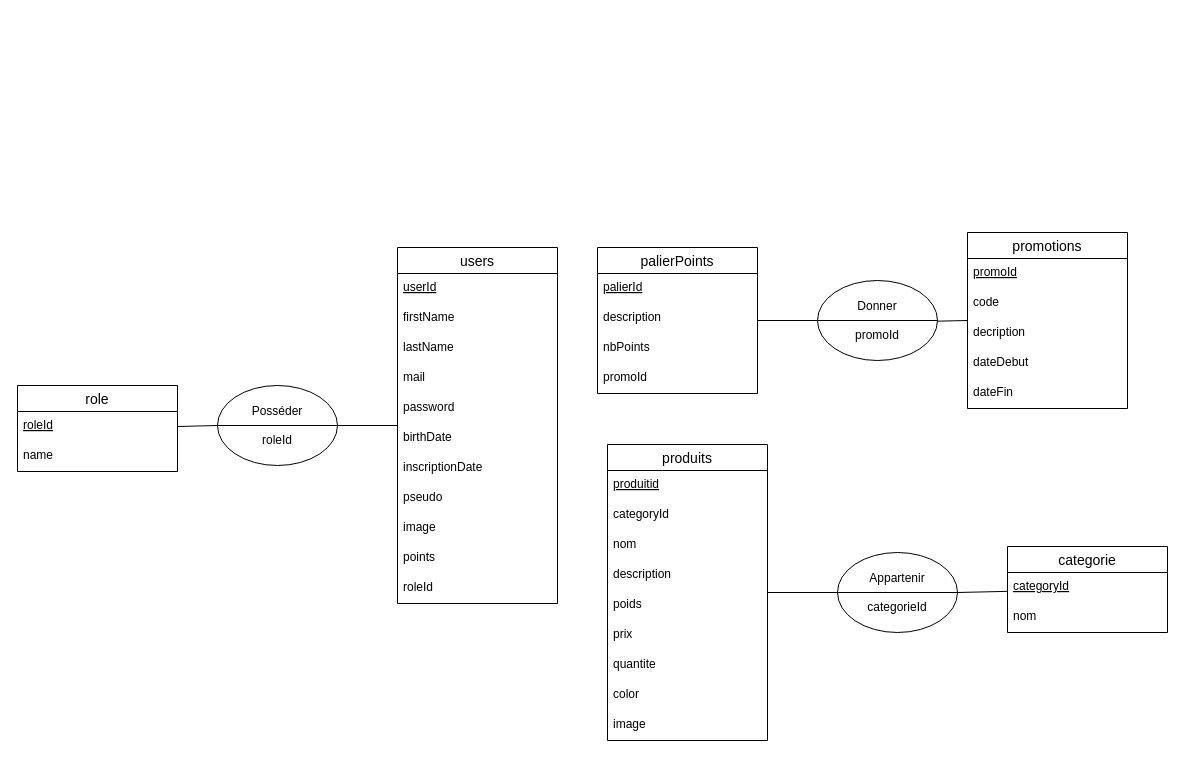
The draw.io diagram page "MCD 2" (2 of 4) of BDD.drawio in Benji290402/TpPHP-SQL, before the edit. Source tidied: cells renumbered, new cells numbered last; positions are measured from the earlier drawing's top-left corner, leaving out a move shared by most shapes. Both pictures are drawn from the tidied source at 100%, with x=0, y=0 at pixel (17, 232).
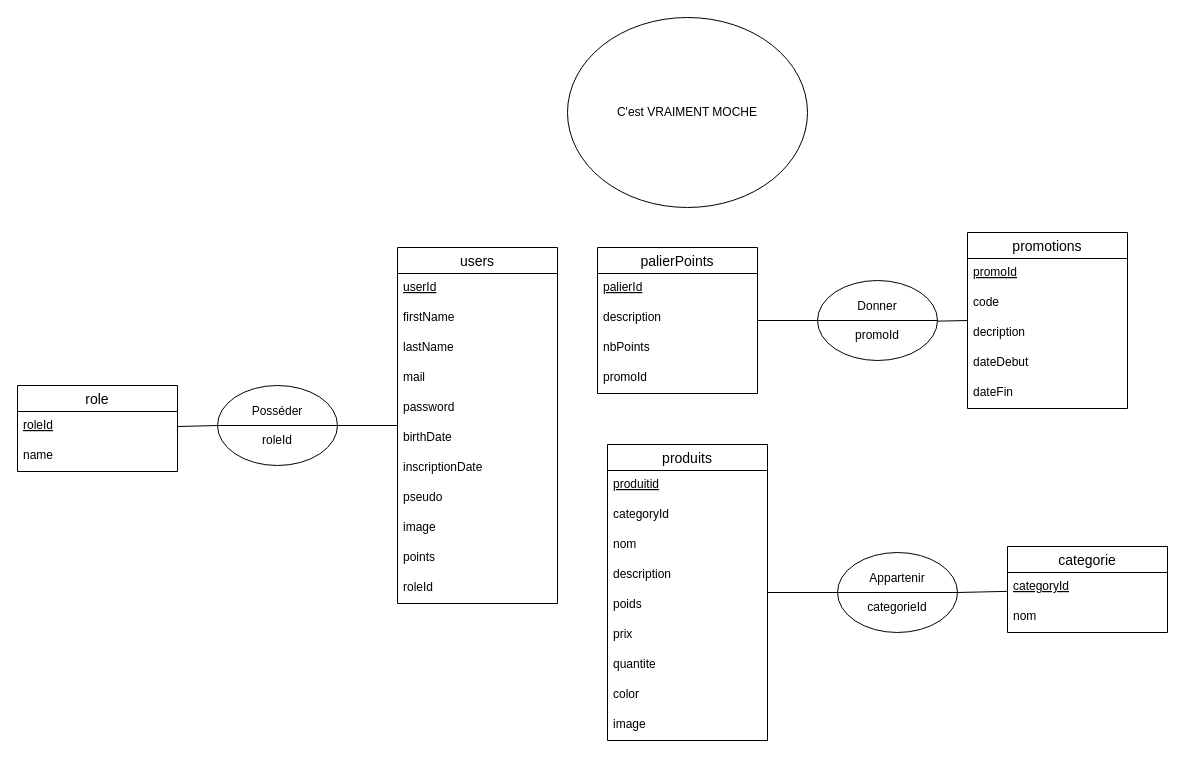
The same diagram, later.

What changed in the source:
```diff
@@
+    <mxCell id="53" value="C'est VRAIMENT MOCHE" style="ellipse;whiteSpace=wrap;html=1;" parent="1" vertex="1">
+      <mxGeometry x="550" y="-215" width="240" height="190" as="geometry" />
+    </mxCell>
```
